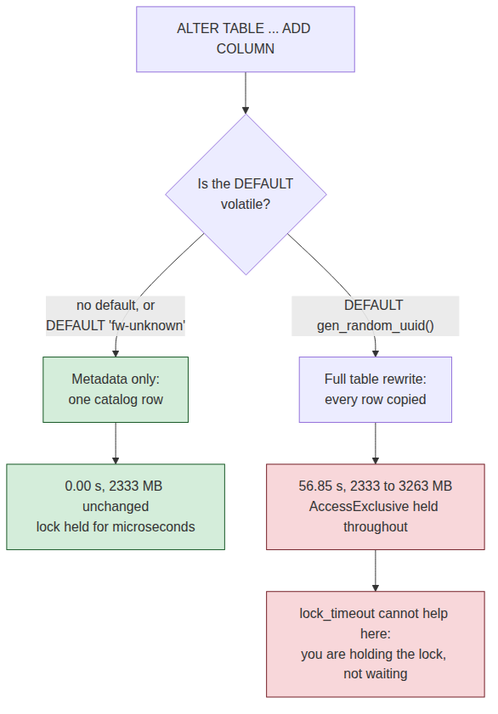
Above: markdown/system-design-interview/assets/005/03-rewrite.png in haraGADygyl/medium-python-articles (Mermaid), before the change. Its source is kept beside it as markdown/system-design-interview/assets/005/03-rewrite.mmd.
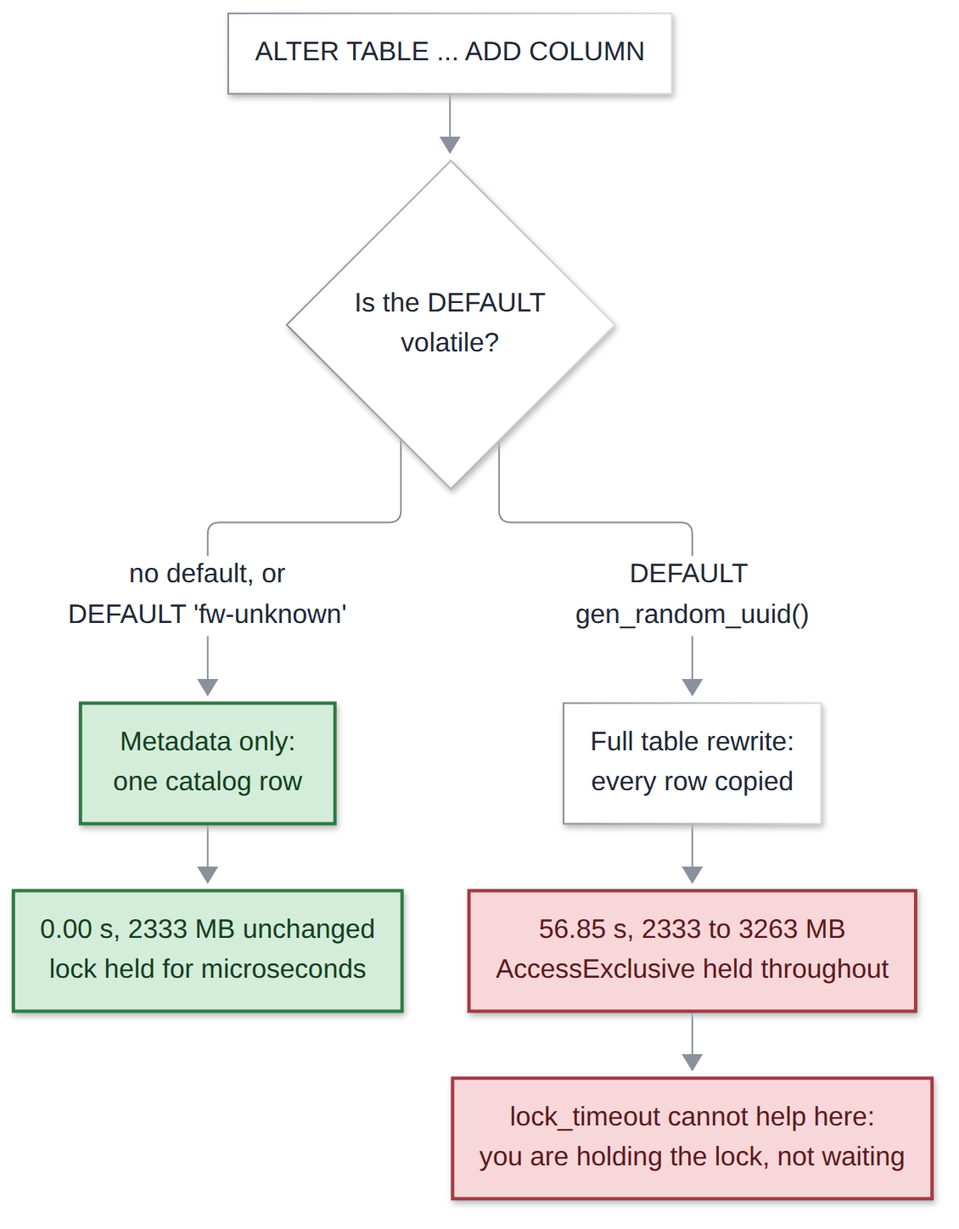
Later version of the same file.

What changed in the source:
```diff
@@ -5,7 +5,7 @@
     B -->|"DEFAULT gen_random_uuid()"| E["Full table rewrite:<br/>every row copied"]
     E --> F["56.85 s, 2333 to 3263 MB<br/>AccessExclusive held throughout"]
     F --> G["lock_timeout cannot help here:<br/>you are holding the lock, not waiting"]
-    style C fill:#d4edda,stroke:#155724
-    style D fill:#d4edda,stroke:#155724
-    style F fill:#f8d7da,stroke:#721c24
-    style G fill:#f8d7da,stroke:#721c24
+    classDef ok fill:#d4edda,stroke:#2f7a45,stroke-width:2px,color:#14401f
+    classDef bad fill:#f8d7da,stroke:#a33a43,stroke-width:2px,color:#5c1a20
+    class C,D ok
+    class F,G bad
```
